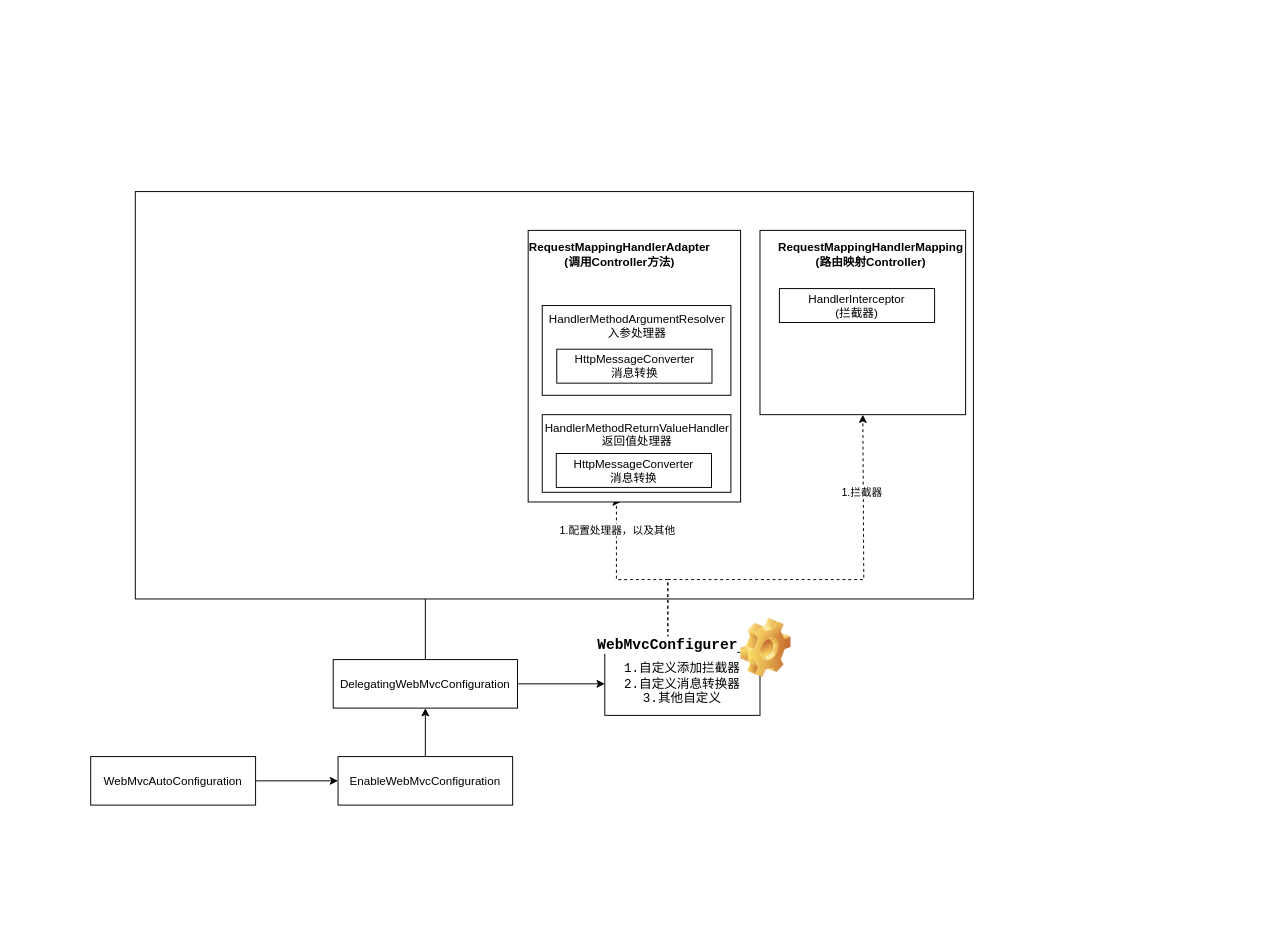
Before: src/Untitled Diagram.drawio in CoderUDream/JavaDemo, a draw.io diagram. Source tidied: cells renumbered, new cells numbered last; positions are measured from the earlier drawing's top-left corner, leaving out a move shared by most shapes. Both pictures are drawn from the tidied source at 97%, with x=0, y=0 at pixel (90, 191).
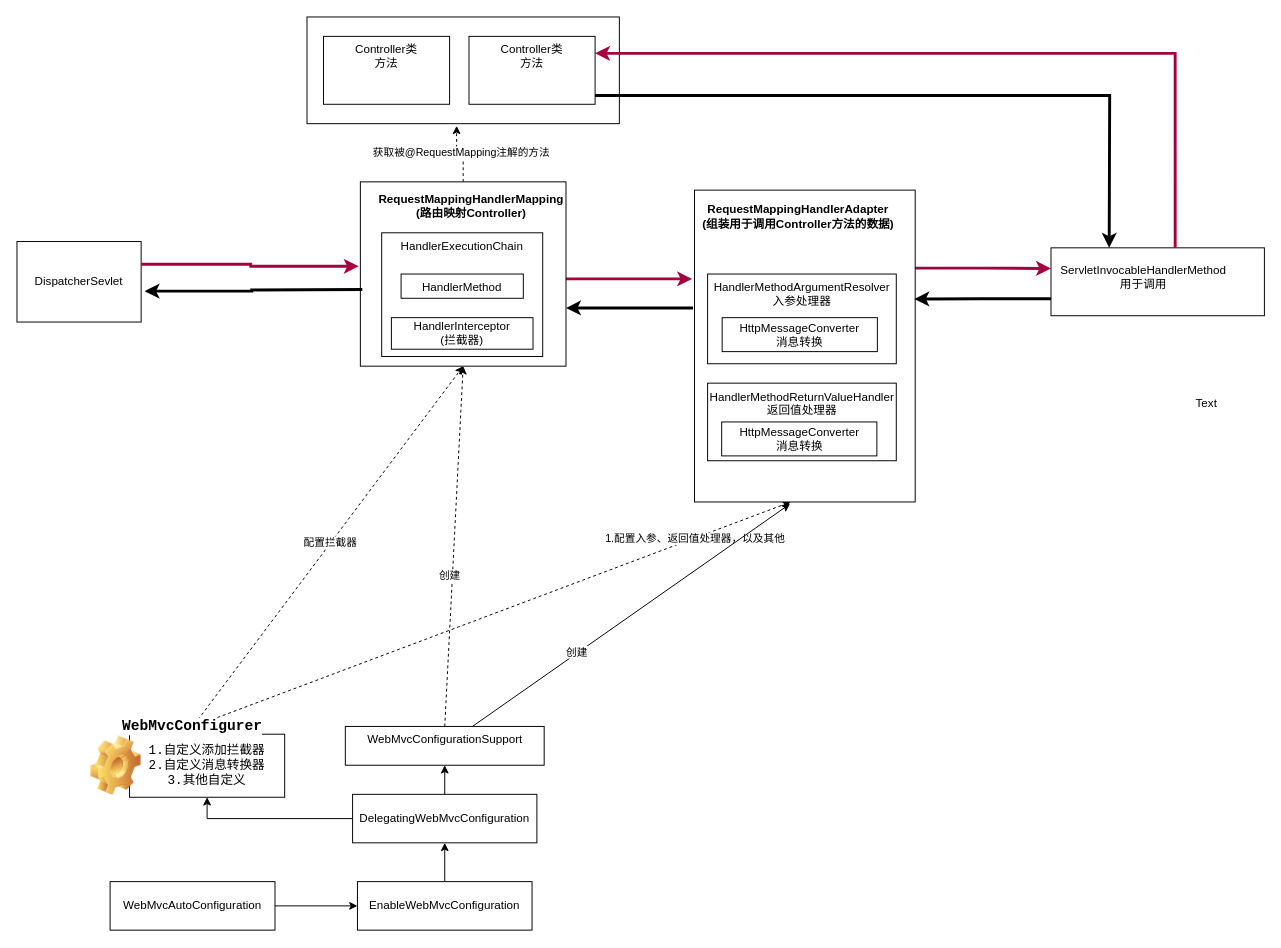
The same page after the edit.

Diff of the diagram source:
```diff
@@
     <mxCell id="3" value="WebMvcAutoConfiguration" style="rounded=0;whiteSpace=wrap;html=1;fillColor=#ffffff;" parent="1" vertex="1">
-      <mxGeometry y="582.5" width="170" height="50" as="geometry" />
+      <mxGeometry x="20" y="711.4" width="170" height="50" as="geometry" />
     </mxCell>
@@
     <mxCell id="5" value="EnableWebMvcConfiguration" style="rounded=0;whiteSpace=wrap;html=1;fillColor=#ffffff;" parent="1" vertex="1">
-      <mxGeometry x="255" y="582.5" width="180" height="50" as="geometry" />
+      <mxGeometry x="275" y="711.4" width="180" height="50" as="geometry" />
     </mxCell>
+    <mxCell id="7" style="rounded=0;jettySize=auto;html=1;fontColor=#000000;exitX=0.5;exitY=0;exitDx=0;exitDy=0;edgeStyle=orthogonalEdgeStyle;entryX=0.5;entryY=1;entryDx=0;entryDy=0;" parent="1" edge="1" source="8" target="33">
+      <mxGeometry relative="1" as="geometry" />
+    </mxCell>
-    <mxCell id="6" style="edgeStyle=orthogonalEdgeStyle;rounded=0;jettySize=auto;html=1;exitX=1;exitY=0.5;exitDx=0;exitDy=0;entryX=0;entryY=0.5;entryDx=0;entryDy=0;fontColor=#1A1A1A;" parent="1" edge="1" source="8" target="10">
+    <mxCell id="6" style="edgeStyle=orthogonalEdgeStyle;rounded=0;jettySize=auto;html=1;exitX=0;exitY=0.5;exitDx=0;exitDy=0;entryX=0.5;entryY=1;entryDx=0;entryDy=0;fontColor=#000000;" parent="1" edge="1" source="8" target="10">
       <mxGeometry relative="1" as="geometry" />
     </mxCell>
-    <mxCell id="7" style="rounded=0;jettySize=auto;html=1;fontColor=#000000;exitX=0.5;exitY=0;exitDx=0;exitDy=0;edgeStyle=orthogonalEdgeStyle;" parent="1" edge="1" source="8">
-      <mxGeometry relative="1" as="geometry">
-        <mxPoint x="345" y="344" as="targetPoint" />
-      </mxGeometry>
-    </mxCell>
     <mxCell id="8" value="DelegatingWebMvcConfiguration" style="rounded=0;whiteSpace=wrap;html=1;fillColor=#ffffff;" parent="1" vertex="1">
-      <mxGeometry x="250" y="482.5" width="190" height="50" as="geometry" />
+      <mxGeometry x="270" y="621.4" width="190" height="50" as="geometry" />
     </mxCell>
-    <mxCell id="9" value="&lt;pre style=&quot;font-family: &amp;#34;jetbrains mono&amp;#34; , monospace ; font-size: 11.3pt&quot;&gt;&lt;br&gt;&lt;/pre&gt;" style="rounded=0;whiteSpace=wrap;html=1;fillColor=#ffffff;" parent="1" vertex="1">
-      <mxGeometry x="46" width="864" height="420" as="geometry" />
-    </mxCell>
-    <mxCell id="10" value="&lt;pre style=&quot;font-size: 13px ; font-family: &amp;#34;jetbrains mono&amp;#34; , monospace&quot;&gt;&lt;span style=&quot;background-color: rgb(255 , 255 , 255)&quot;&gt;1.&lt;/span&gt;自定义添加拦截器&lt;br&gt;2.自定义消息转换器&lt;br/&gt;3.其他自定义&lt;/pre&gt;" style="rounded=0;whiteSpace=wrap;html=1;" parent="1" vertex="1">
-      <mxGeometry x="530" y="475" width="160" height="65" as="geometry" />
+    <mxCell id="10" value="&lt;pre style=&quot;font-size: 13px ; font-family: &amp;quot;jetbrains mono&amp;quot; , monospace&quot;&gt;&lt;span style=&quot;background-color: rgb(255 , 255 , 255)&quot;&gt;1.&lt;/span&gt;自定义添加拦截器&lt;br&gt;2.自定义消息转换器&lt;br&gt;3.其他自定义&lt;/pre&gt;" style="rounded=0;whiteSpace=wrap;html=1;align=center;" parent="1" vertex="1">
+      <mxGeometry x="40" y="559.4" width="160" height="65" as="geometry" />
     </mxCell>
     <mxCell id="11" style="shape=image;html=1;verticalLabelPosition=bottom;verticalAlign=top;imageAspect=1;image=img/clipart/Gear_128x128.png;rounded=0;fontColor=#000000;" parent="1" vertex="1">
-      <mxGeometry x="670" y="440" width="52" height="61" as="geometry" />
+      <mxGeometry y="561.4" width="52" height="61" as="geometry" />
     </mxCell>
-    <mxCell id="12" style="edgeStyle=orthogonalEdgeStyle;rounded=0;jettySize=auto;html=1;entryX=0.436;entryY=1;entryDx=0;entryDy=0;entryPerimeter=0;dashed=1;fontColor=#000000;" parent="1" edge="1" source="15" target="17">
-      <mxGeometry relative="1" as="geometry">
-        <Array as="points">
-          <mxPoint x="595" y="400" />
-          <mxPoint x="542" y="400" />
-          <mxPoint x="542" y="320" />
-        </Array>
-      </mxGeometry>
+    <mxCell id="12" style="rounded=0;jettySize=auto;html=1;entryX=0.436;entryY=1;entryDx=0;entryDy=0;entryPerimeter=0;dashed=1;fontColor=#000000;" parent="1" edge="1" source="15" target="17">
+      <mxGeometry relative="1" as="geometry" />
     </mxCell>
-    <mxCell id="13" value="1.配置处理器，以及其他" style="edgeLabel;html=1;align=center;verticalAlign=middle;fontColor=#000000;" parent="12" vertex="1">
+    <mxCell id="13" value="1.配置入参、返回值处理器，以及其他" style="edgeLabel;html=1;align=center;verticalAlign=middle;fontColor=#000000;" parent="12" vertex="1">
       <mxGeometry x="0.67" relative="1" as="geometry" />
     </mxCell>
-    <mxCell id="14" value="1.拦截器" style="edgeStyle=orthogonalEdgeStyle;rounded=0;jettySize=auto;html=1;entryX=0.5;entryY=1;entryDx=0;entryDy=0;dashed=1;fontColor=#000000;" parent="1" edge="1" source="15" target="16">
-      <mxGeometry x="0.63" y="1" relative="1" as="geometry">
-        <Array as="points">
-          <mxPoint x="595" y="400" />
-          <mxPoint x="797" y="400" />
-        </Array>
-      </mxGeometry>
+    <mxCell id="14" value="配置拦截器" style="rounded=0;jettySize=auto;html=1;dashed=1;fontColor=#000000;entryX=0.5;entryY=1;entryDx=0;entryDy=0;" parent="1" edge="1" source="15" target="16">
+      <mxGeometry relative="1" as="geometry" />
     </mxCell>
     <mxCell id="15" value="&lt;pre style=&quot;font-family: &amp;quot;jetbrains mono&amp;quot;, monospace; font-size: 11.3pt;&quot;&gt;&lt;span style=&quot;background-color: rgb(255 , 255 , 255)&quot;&gt;WebMvcConfigurer&lt;/span&gt;&lt;/pre&gt;" style="text;html=1;strokeColor=none;fillColor=none;align=center;verticalAlign=middle;whiteSpace=wrap;rounded=0;fontStyle=1;" parent="1" vertex="1">
-      <mxGeometry x="530" y="460" width="130" height="15" as="geometry" />
+      <mxGeometry x="40" y="544.4" width="130" height="15" as="geometry" />
     </mxCell>
+    <mxCell id="25" value="获取被@RequestMapping注解的方法" style="edgeStyle=orthogonalEdgeStyle;rounded=0;jettySize=auto;html=1;exitX=0.5;exitY=0;exitDx=0;exitDy=0;entryX=0.479;entryY=1.02;entryDx=0;entryDy=0;entryPerimeter=0;dashed=1;fontColor=#000000;" parent="1" edge="1" source="16" target="39">
+      <mxGeometry relative="1" as="geometry" />
+    </mxCell>
+    <mxCell id="26" style="edgeStyle=orthogonalEdgeStyle;rounded=0;orthogonalLoop=1;jettySize=auto;html=1;fontColor=#000000;fillColor=#d80073;strokeColor=#A50040;strokeWidth=3;" parent="1" edge="1">
+      <mxGeometry relative="1" as="geometry">
+        <mxPoint x="490" y="90" as="sourcePoint" />
+        <mxPoint x="620" y="90" as="targetPoint" />
+      </mxGeometry>
+    </mxCell>
     <mxCell id="16" style="rounded=0;whiteSpace=wrap;html=1;fontColor=#000000;" parent="1" vertex="1">
-      <mxGeometry x="690" y="40" width="212" height="190" as="geometry" />
+      <mxGeometry x="278" y="-10" width="212" height="190" as="geometry" />
     </mxCell>
+    <mxCell id="27" style="edgeStyle=orthogonalEdgeStyle;rounded=0;jettySize=auto;html=1;exitX=1;exitY=0.25;exitDx=0;exitDy=0;fontColor=#000000;fillColor=#d80073;strokeColor=#A50040;strokeWidth=3;entryX=0;entryY=0.21;entryDx=0;entryDy=0;entryPerimeter=0;" parent="1" edge="1" source="17" target="43">
+      <mxGeometry relative="1" as="geometry" />
+    </mxCell>
+    <mxCell id="28" style="edgeStyle=orthogonalEdgeStyle;rounded=0;orthogonalLoop=1;jettySize=auto;html=1;fontColor=#000000;strokeWidth=3;" parent="1" edge="1">
+      <mxGeometry relative="1" as="geometry">
+        <mxPoint x="621" y="120" as="sourcePoint" />
+        <mxPoint x="490" y="120" as="targetPoint" />
+      </mxGeometry>
+    </mxCell>
     <mxCell id="17" style="rounded=0;whiteSpace=wrap;html=1;fontColor=#000000;" parent="1" vertex="1">
-      <mxGeometry x="451" y="40" width="219" height="280" as="geometry" />
+      <mxGeometry x="622.5" y="-1.5" width="227.5" height="321.5" as="geometry" />
     </mxCell>
-    <mxCell id="18" value="&lt;b&gt;&lt;span&gt;RequestMappingHandlerAdapter&lt;/span&gt;&lt;br&gt;&lt;span&gt;(调用Controller方法)&lt;/span&gt;&lt;/b&gt;" style="text;html=1;align=center;verticalAlign=middle;strokeColor=none;fontColor=#000000;" parent="1" vertex="1">
-      <mxGeometry x="445" y="50" width="200" height="30" as="geometry" />
+    <mxCell id="18" value="&lt;b&gt;&lt;span&gt;RequestMappingHandlerAdapter&lt;/span&gt;&lt;br&gt;&lt;span&gt;(组装用于调用Controller方法的数据)&lt;/span&gt;&lt;/b&gt;" style="text;html=1;align=center;verticalAlign=middle;strokeColor=none;fontColor=#000000;" parent="1" vertex="1">
+      <mxGeometry x="623.5" y="11.2" width="210" height="30" as="geometry" />
     </mxCell>
     <mxCell id="19" value="&lt;b&gt;&lt;span&gt;RequestMappingHandlerMapping&lt;/span&gt;&lt;br&gt;&lt;span&gt;(路由映射Controller)&lt;/span&gt;&lt;/b&gt;" style="text;html=1;align=center;verticalAlign=middle;strokeColor=none;fontColor=#000000;" parent="1" vertex="1">
-      <mxGeometry x="699" y="50" width="210" height="30" as="geometry" />
+      <mxGeometry x="287" width="210" height="30" as="geometry" />
     </mxCell>
     <mxCell id="20" value="HandlerMethodArgumentResolver&lt;br&gt;入参处理器" style="rounded=0;whiteSpace=wrap;html=1;fontColor=#000000;verticalAlign=top;" parent="1" vertex="1">
-      <mxGeometry x="465.5" y="117.5" width="194.5" height="92.5" as="geometry" />
+      <mxGeometry x="636" y="85" width="194.5" height="92.5" as="geometry" />
     </mxCell>
     <mxCell id="21" value="HandlerMethodReturnValueHandler&lt;br&gt;返回值处理器" style="rounded=0;whiteSpace=wrap;html=1;fontColor=#000000;verticalAlign=top;" parent="1" vertex="1">
-      <mxGeometry x="465.5" y="230" width="194.5" height="80" as="geometry" />
+      <mxGeometry x="636" y="197.5" width="194.5" height="80" as="geometry" />
     </mxCell>
-    <mxCell id="22" value="HandlerInterceptor&lt;br&gt;(拦截器)" style="rounded=0;whiteSpace=wrap;html=1;fontColor=#000000;" parent="1" vertex="1">
-      <mxGeometry x="710" y="100" width="160" height="35" as="geometry" />
-    </mxCell>
     <mxCell id="23" value="HttpMessageConverter&lt;br&gt;消息转换" style="rounded=0;whiteSpace=wrap;html=1;fontColor=#000000;" parent="1" vertex="1">
-      <mxGeometry x="480" y="270" width="160" height="35" as="geometry" />
+      <mxGeometry x="650.5" y="237.5" width="160" height="35" as="geometry" />
     </mxCell>
     <mxCell id="24" value="HttpMessageConverter&lt;br&gt;消息转换" style="rounded=0;whiteSpace=wrap;html=1;fontColor=#000000;" parent="1" vertex="1">
-      <mxGeometry x="480.5" y="162.5" width="160" height="35" as="geometry" />
+      <mxGeometry x="651" y="130" width="160" height="35" as="geometry" />
     </mxCell>
+    <mxCell id="29" style="rounded=0;jettySize=auto;html=1;entryX=0.5;entryY=1;entryDx=0;entryDy=0;fontColor=#000000;dashed=1;exitX=0.5;exitY=0;exitDx=0;exitDy=0;" parent="1" edge="1" source="33" target="16">
+      <mxGeometry relative="1" as="geometry" />
+    </mxCell>
+    <mxCell id="30" value="创建" style="edgeLabel;html=1;align=center;verticalAlign=middle;fontColor=#000000;" parent="29" vertex="1">
+      <mxGeometry x="-0.16" y="3" relative="1" as="geometry" />
+    </mxCell>
+    <mxCell id="31" style="edgeStyle=none;rounded=0;jettySize=auto;html=1;fontColor=#000000;entryX=0.433;entryY=1.006;entryDx=0;entryDy=0;entryPerimeter=0;" parent="1" edge="1" source="33" target="17">
+      <mxGeometry relative="1" as="geometry" />
+    </mxCell>
+    <mxCell id="32" value="创建" style="edgeLabel;html=1;align=center;verticalAlign=middle;fontColor=#000000;" parent="31" vertex="1">
+      <mxGeometry x="-0.34" y="2" relative="1" as="geometry" />
+    </mxCell>
+    <mxCell id="33" value="WebMvcConfigurationSupport" style="rounded=0;whiteSpace=wrap;html=1;fontColor=#000000;verticalAlign=top;" parent="1" vertex="1">
+      <mxGeometry x="262.5" y="551.4" width="205" height="40" as="geometry" />
+    </mxCell>
+    <mxCell id="34" value="HandlerExecutionChain" style="rounded=0;whiteSpace=wrap;html=1;fontColor=#000000;align=center;verticalAlign=top;" parent="1" vertex="1">
+      <mxGeometry x="300" y="42.5" width="166" height="127.5" as="geometry" />
+    </mxCell>
+    <mxCell id="35" value="DispatcherSevlet" style="rounded=0;whiteSpace=wrap;html=1;fontColor=#000000;verticalAlign=middle;align=center;" parent="1" vertex="1">
+      <mxGeometry x="-76" y="51.5" width="128" height="83" as="geometry" />
+    </mxCell>
+    <mxCell id="36" value="HandlerMethod" style="rounded=0;whiteSpace=wrap;html=1;fontColor=#000000;align=center;verticalAlign=top;" parent="1" vertex="1">
+      <mxGeometry x="320" y="85" width="126" height="25" as="geometry" />
+    </mxCell>
+    <mxCell id="22" value="HandlerInterceptor&lt;br&gt;(拦截器)" style="rounded=0;whiteSpace=wrap;html=1;fontColor=#000000;" parent="1" vertex="1">
+      <mxGeometry x="310" y="130" width="146" height="32.5" as="geometry" />
+    </mxCell>
+    <mxCell id="37" style="edgeStyle=orthogonalEdgeStyle;rounded=0;jettySize=auto;html=1;exitX=0;exitY=0.75;exitDx=0;exitDy=0;entryX=0.996;entryY=0.349;entryDx=0;entryDy=0;entryPerimeter=0;fontColor=#000000;strokeWidth=3;" parent="1" edge="1" source="38" target="17">
+      <mxGeometry relative="1" as="geometry" />
+    </mxCell>
+    <mxCell id="38" style="rounded=0;whiteSpace=wrap;html=1;fontColor=#000000;align=center;verticalAlign=top;" parent="1" vertex="1">
+      <mxGeometry x="990" y="58" width="220" height="70" as="geometry" />
+    </mxCell>
+    <mxCell id="39" style="rounded=0;whiteSpace=wrap;html=1;fontColor=#000000;align=center;verticalAlign=top;" parent="1" vertex="1">
+      <mxGeometry x="223" y="-180" width="322" height="110" as="geometry" />
+    </mxCell>
+    <mxCell id="40" style="edgeStyle=orthogonalEdgeStyle;rounded=0;jettySize=auto;html=1;entryX=1;entryY=0.25;entryDx=0;entryDy=0;fontColor=#000000;exitX=0.582;exitY=-0.003;exitDx=0;exitDy=0;strokeWidth=3;fillColor=#d80073;strokeColor=#A50040;exitPerimeter=0;" parent="1" edge="1" source="38" target="42">
+      <mxGeometry relative="1" as="geometry" />
+    </mxCell>
+    <mxCell id="41" style="edgeStyle=orthogonalEdgeStyle;rounded=0;jettySize=auto;html=1;exitX=0.997;exitY=0.871;exitDx=0;exitDy=0;fontColor=#000000;strokeWidth=3;exitPerimeter=0;" parent="1" edge="1" source="42">
+      <mxGeometry relative="1" as="geometry">
+        <mxPoint x="1050" y="58" as="targetPoint" />
+      </mxGeometry>
+    </mxCell>
+    <mxCell id="42" value="&lt;span&gt;Controller类&lt;/span&gt;&lt;br&gt;&lt;span&gt;方法&lt;/span&gt;" style="rounded=0;whiteSpace=wrap;html=1;fontColor=#000000;align=center;verticalAlign=top;" parent="1" vertex="1">
+      <mxGeometry x="390" y="-160" width="130" height="70" as="geometry" />
+    </mxCell>
+    <mxCell id="43" value="&lt;span&gt;ServletInvocableHandlerMethod&lt;br&gt;用于调用&lt;br&gt;&lt;/span&gt;" style="text;html=1;align=center;verticalAlign=middle;points=[];strokeColor=none;fontColor=#000000;" parent="1" vertex="1">
+      <mxGeometry x="990" y="73" width="190" height="30" as="geometry" />
+    </mxCell>
+    <mxCell id="44" style="edgeStyle=orthogonalEdgeStyle;rounded=0;jettySize=auto;html=1;fontColor=#000000;fillColor=#d80073;strokeColor=#A50040;strokeWidth=3;exitX=1;exitY=0.283;exitDx=0;exitDy=0;exitPerimeter=0;entryX=-0.008;entryY=0.458;entryDx=0;entryDy=0;entryPerimeter=0;" parent="1" edge="1" source="35" target="16">
+      <mxGeometry relative="1" as="geometry" />
+    </mxCell>
+    <mxCell id="45" value="Text" style="text;html=1;align=center;verticalAlign=middle;strokeColor=none;fontColor=#000000;" parent="1" vertex="1">
+      <mxGeometry x="1130" y="208.8" width="40" height="20" as="geometry" />
+    </mxCell>
+    <mxCell id="46" value="&lt;span&gt;Controller类&lt;/span&gt;&lt;br&gt;&lt;span&gt;方法&lt;/span&gt;" style="rounded=0;whiteSpace=wrap;html=1;fontColor=#000000;align=center;verticalAlign=top;" parent="1" vertex="1">
+      <mxGeometry x="240" y="-160" width="130" height="70" as="geometry" />
+    </mxCell>
+    <mxCell id="47" style="edgeStyle=orthogonalEdgeStyle;rounded=0;jettySize=auto;html=1;fontColor=#000000;strokeWidth=3;entryX=1.028;entryY=0.616;entryDx=0;entryDy=0;entryPerimeter=0;" parent="1" edge="1" target="35">
+      <mxGeometry relative="1" as="geometry">
+        <mxPoint x="280" y="101" as="sourcePoint" />
+      </mxGeometry>
+    </mxCell>
```
